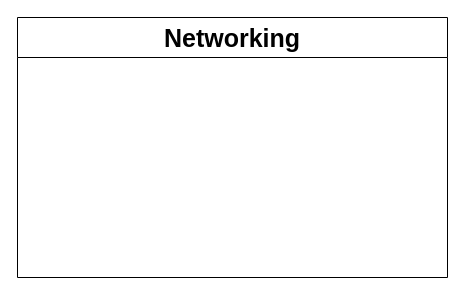
Before: Untitled Diagram.drawio in robinde0/robinde0, a draw.io diagram. Source tidied: cells renumbered, new cells numbered last; positions are measured from the earlier drawing's top-left corner, leaving out a move shared by most shapes. Both pictures are drawn from the tidied source at 100%, with x=0, y=0 at pixel (17, 17).
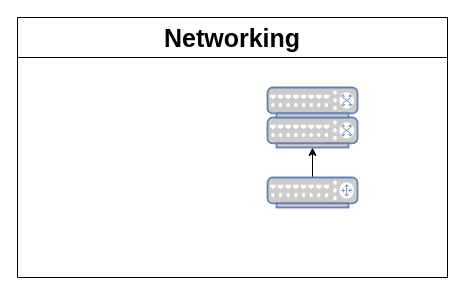
Above is the later version.

Diff of the diagram source:
```diff
@@
 <mxGraphModel>
   <root>
     <mxCell id="0" />
     <mxCell id="1" parent="0" />
     <mxCell id="2" value="&lt;font style=&quot;font-size: 25px;&quot;&gt;Networking&lt;/font&gt;" style="swimlane;whiteSpace=wrap;html=1;startSize=40;" parent="1" vertex="1">
       <mxGeometry width="430" height="260" as="geometry" />
     </mxCell>
+    <mxCell id="3" style="edgeStyle=orthogonalEdgeStyle;rounded=0;jettySize=auto;html=1;exitX=0.5;exitY=0;exitDx=0;exitDy=0;exitPerimeter=0;" parent="2" edge="1" source="4" target="5">
+      <mxGeometry relative="1" as="geometry" />
+    </mxCell>
+    <mxCell id="4" style="fontColor=#0066CC;verticalAlign=top;verticalLabelPosition=bottom;labelPosition=center;align=center;html=1;outlineConnect=0;fillColor=#CCCCCC;strokeColor=#6881B3;gradientColor=none;gradientDirection=north;strokeWidth=2;shape=mxgraph.networks.router;" parent="2" vertex="1">
+      <mxGeometry x="250" y="160" width="90" height="30" as="geometry" />
+    </mxCell>
+    <mxCell id="5" style="fontColor=#0066CC;verticalAlign=top;verticalLabelPosition=bottom;labelPosition=center;align=center;html=1;outlineConnect=0;fillColor=#CCCCCC;strokeColor=#6881B3;gradientColor=none;gradientDirection=north;strokeWidth=2;shape=mxgraph.networks.switch;" parent="2" vertex="1">
+      <mxGeometry x="250" y="100" width="90" height="30" as="geometry" />
+    </mxCell>
+    <mxCell id="6" style="fontColor=#0066CC;verticalAlign=top;verticalLabelPosition=bottom;labelPosition=center;align=center;html=1;fillColor=#CCCCCC;strokeColor=#6881B3;gradientColor=none;gradientDirection=north;strokeWidth=2;shape=mxgraph.networks.switch;" parent="2" vertex="1">
+      <mxGeometry x="250" y="70" width="90" height="30" as="geometry" />
+    </mxCell>
   </root>
 </mxGraphModel>
```
